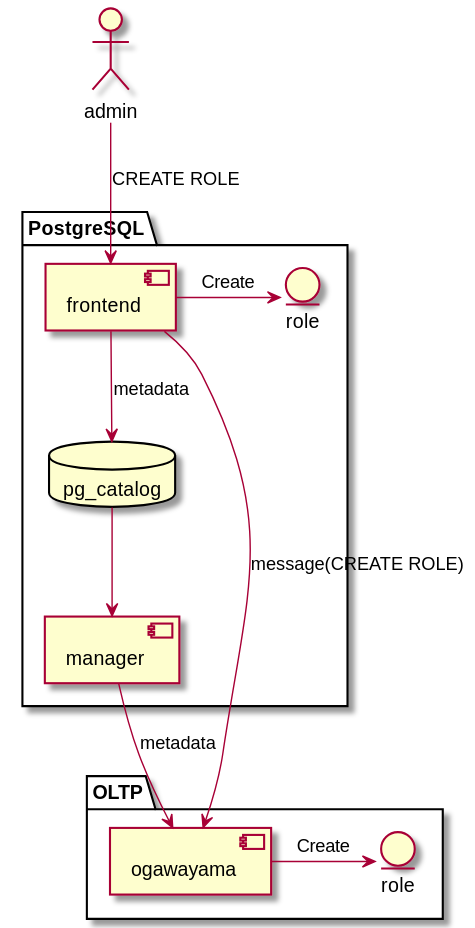
Above: metadata-manager/docs/spec_design/user_management/images/UserManagement_BD/role.svg in project-tsurugi/metadata-manager (PlantUML), before the change.
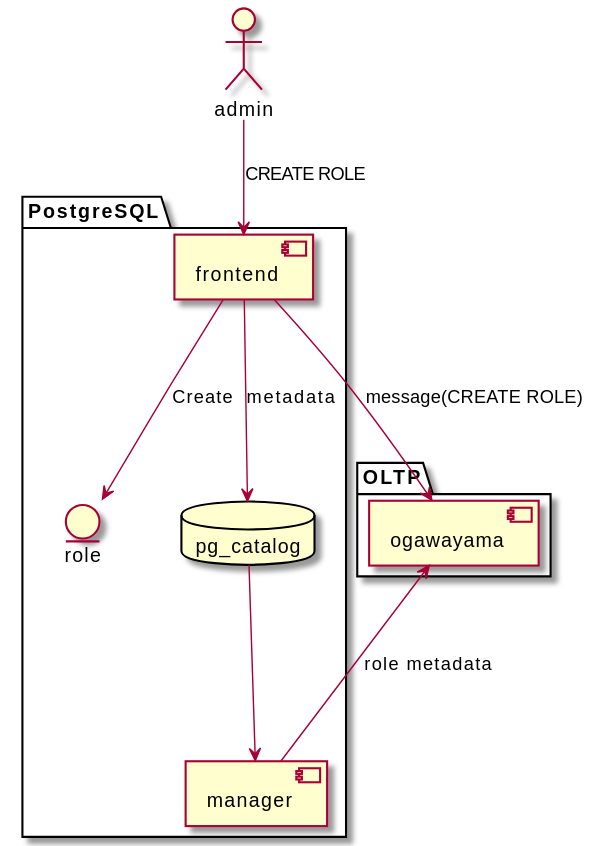
After the commit.

Change to the diagram source:
```diff
@@ -2,23 +2,21 @@
 actor admin
 
 package PostgreSQL {
+  entity role
   database pg_catalog
   component frontend
   component manager
-  entity role
 }
 
 package OLTP {
   component ogawayama
-  entity "role" as role_
 }
 
 admin --> frontend : CREATE ROLE
-frontend -> role : Create
+frontend --> role : Create
 frontend --> pg_catalog : metadata
 pg_catalog --> manager
-manager --> ogawayama : metadata
-ogawayama -> role_ : Create
+ogawayama <--- manager : role metadata
 frontend --> ogawayama : message(CREATE ROLE)
 
 @enduml
```
